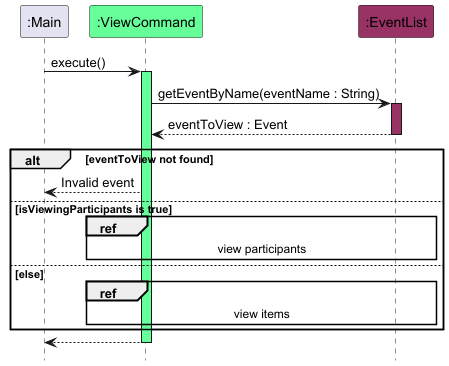
The PlantUML diagram docs/images/ViewEventSequenceDiagram.png in nus-cs2113-AY2425S1/tp, before a commit.
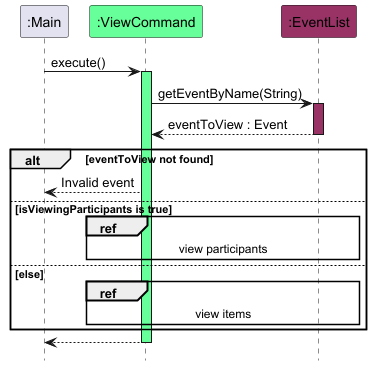
The same file after the commit.

What changed in the source:
```diff
@@ -9,7 +9,7 @@
 main -> command : execute()
 activate command COMMAND_COLOUR
 
-command -> eventList : getEventByName(eventName : String)
+command -> eventList : getEventByName(String)
 activate eventList EVENT_COLOUR
 
 return eventToView : Event
```
